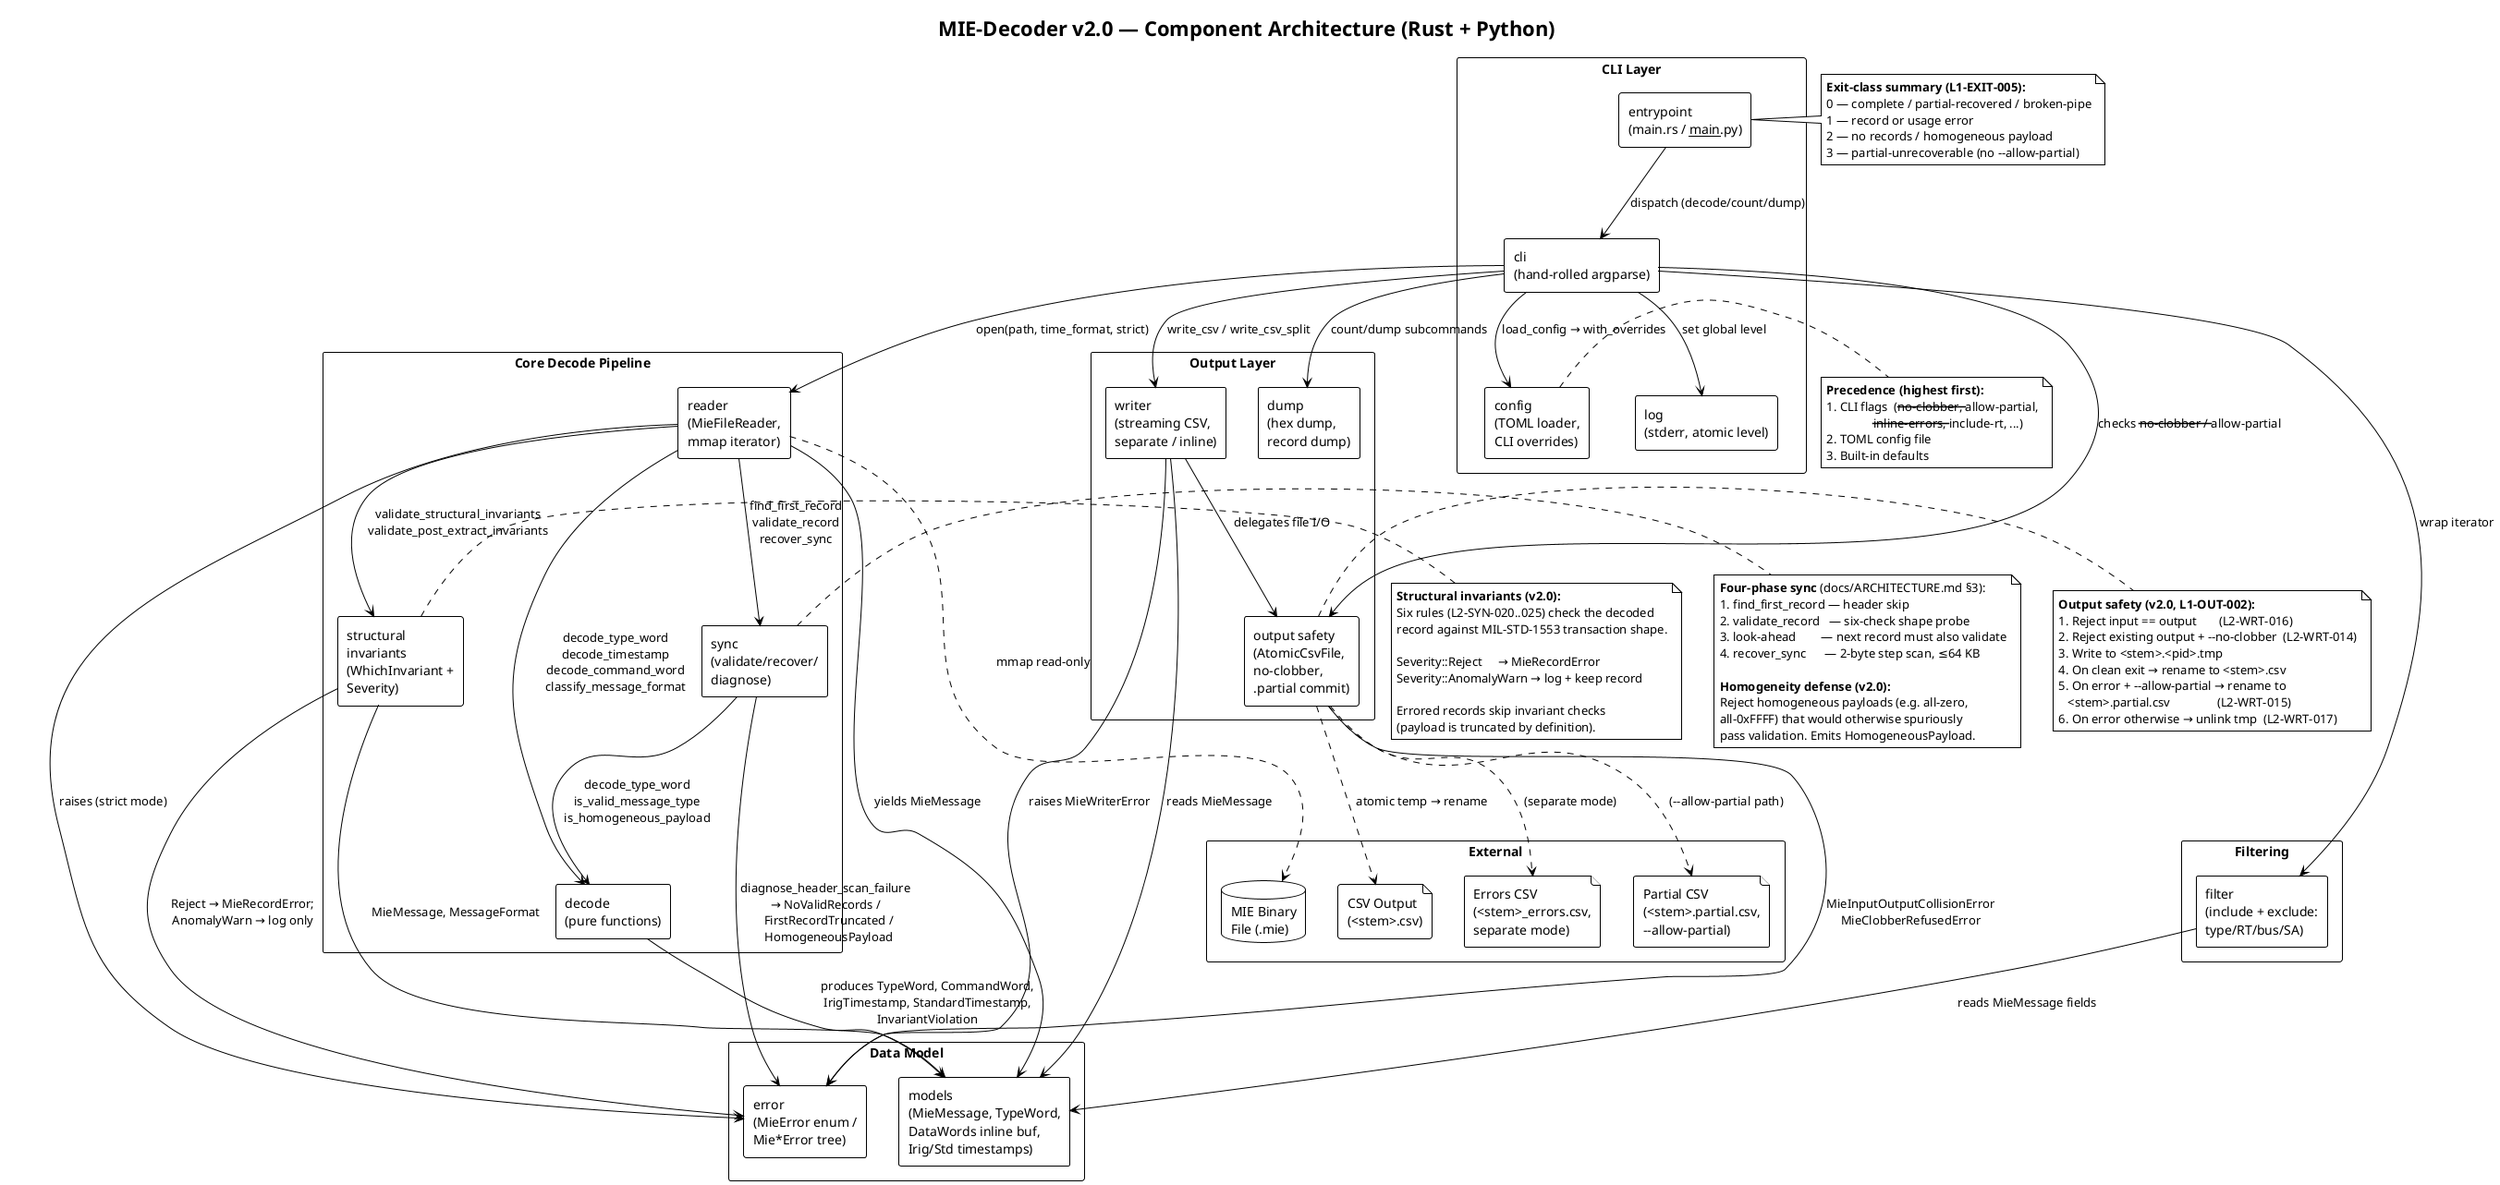
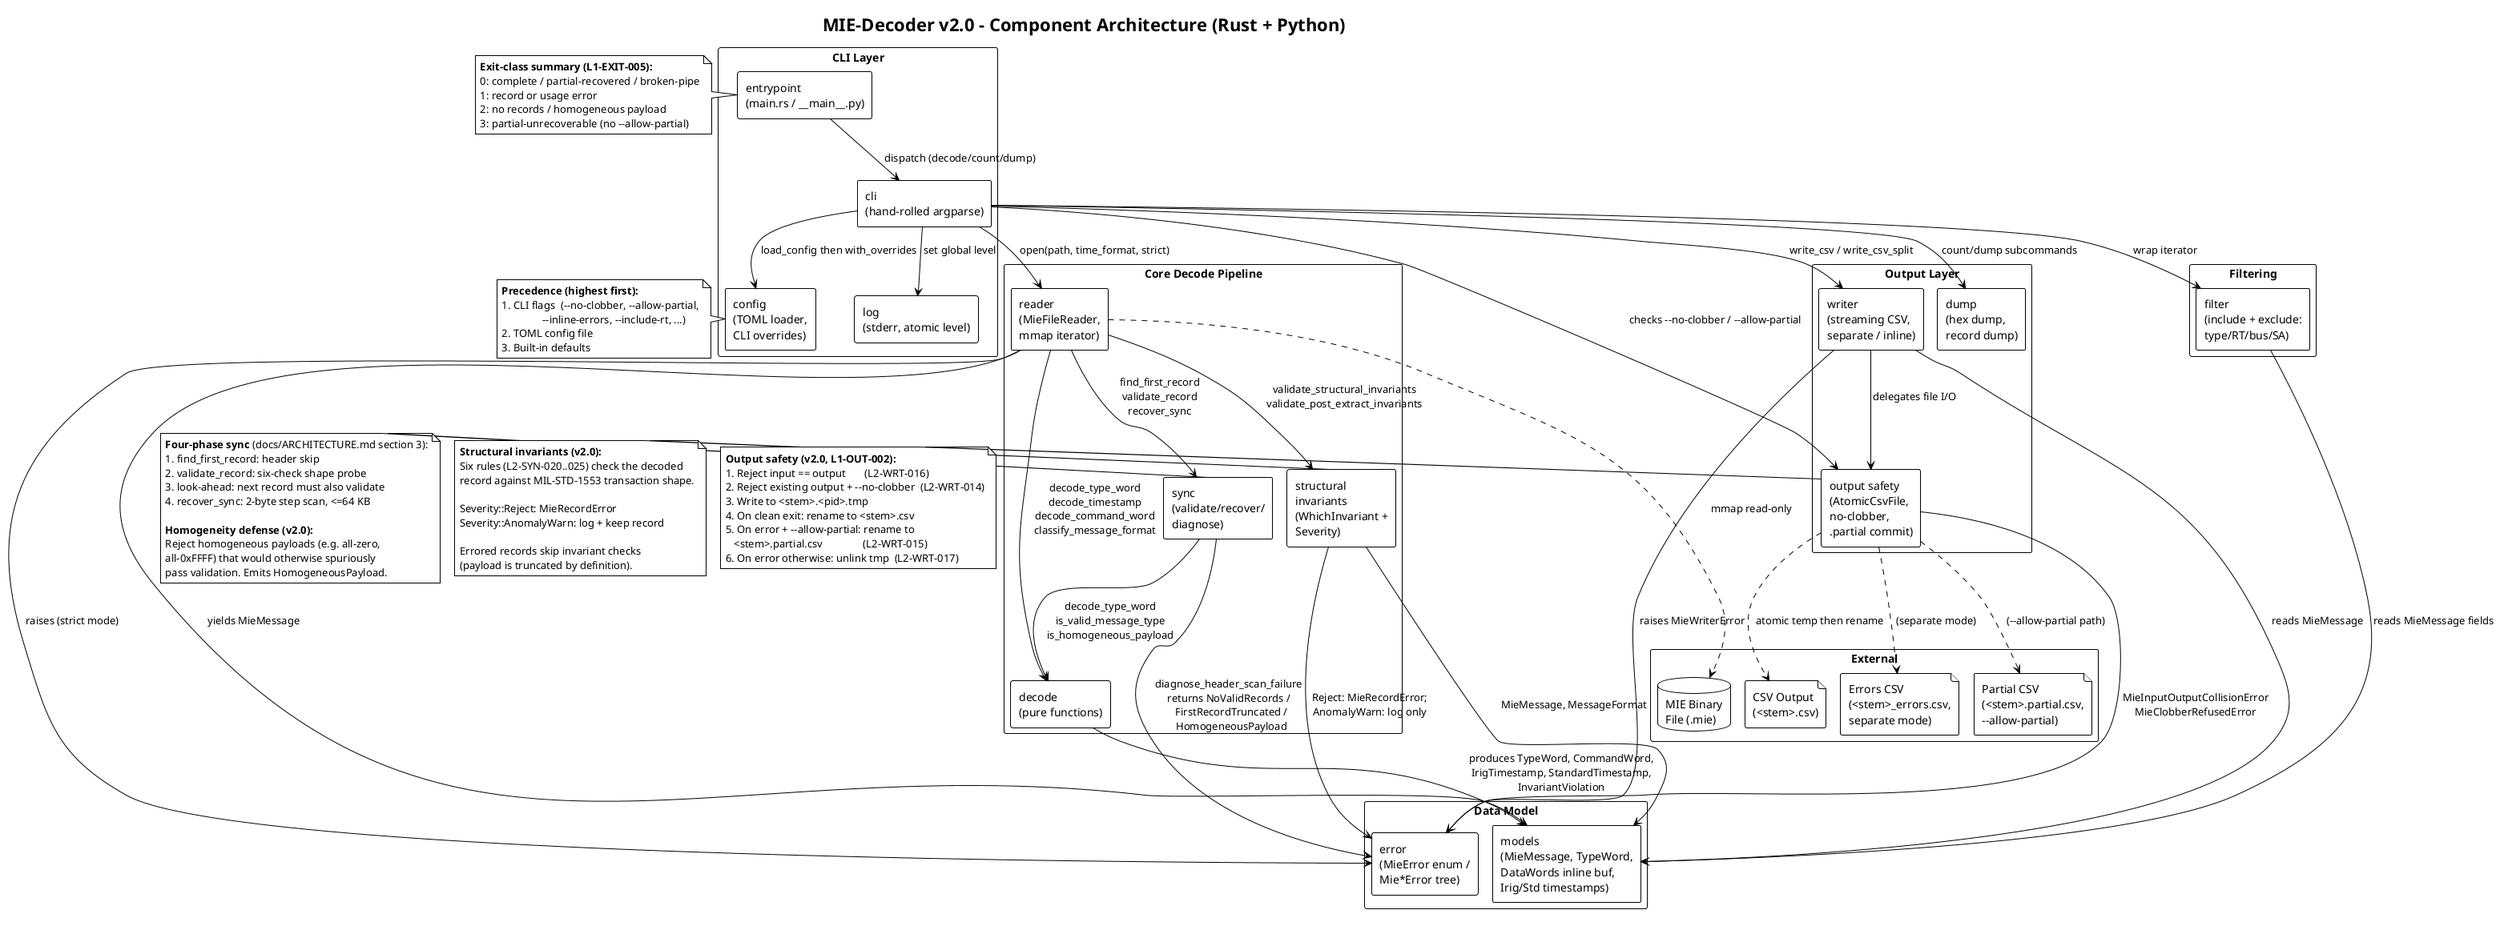
@startuml MIE-Decoder Component Diagram
!theme plain
+ !pragma layout smetana
+ scale max 4000*4000
skinparam componentStyle rectangle
skinparam packageStyle rectangle
- title MIE-Decoder v2.0 — Component Architecture (Rust + Python)
+ title MIE-Decoder v2.0 - Component Architecture (Rust + Python)

' ============================================================================
'  Two implementations, one architecture
' ============================================================================
' Every component named below exists in BOTH the Rust crate (src/*.rs) and
' the Python package (python/src/mie_decoder/*.py). The conformance suite
' under tests/conformance/ holds them to byte-exact equivalence on CSV
- ' output. See docs/ARCHITECTURE.md §1 for the full module correspondence.
+ ' output. See docs/ARCHITECTURE.md section 1 for the full module correspondence.
' ============================================================================

package "CLI Layer" {
-     [entrypoint\n(main.rs / __main__.py)] as main
+     [entrypoint\n(main.rs / ~__main__.py)] as main
    [cli\n(hand-rolled argparse)] as cli
    [log\n(stderr, atomic level)] as logmod
    [config\n(TOML loader,\nCLI overrides)] as config
}

package "Core Decode Pipeline" {
    [reader\n(MieFileReader,\nmmap iterator)] as reader
    [decode\n(pure functions)] as decode
    [sync\n(validate/recover/\ndiagnose)] as sync
    [structural\ninvariants\n(WhichInvariant +\nSeverity)] as invariants
}

package "Filtering" {
    [filter\n(include + exclude:\ntype/RT/bus/SA)] as filters
}

package "Data Model" {
    [models\n(MieMessage, TypeWord,\nDataWords inline buf,\nIrig/Std timestamps)] as models
    [error\n(MieError enum /\nMie*Error tree)] as errors
}

package "Output Layer" {
    [writer\n(streaming CSV,\nseparate / inline)] as writer
    [output safety\n(AtomicCsvFile,\nno-clobber,\n.partial commit)] as outsafe
    [dump\n(hex dump,\nrecord dump)] as dump
}

package "External" {
    database "MIE Binary\nFile (.mie)"          as mie_file
    file     "CSV Output\n(<stem>.csv)"         as csv_file
    file     "Errors CSV\n(<stem>_errors.csv,\nseparate mode)" as err_file
-     file     "Partial CSV\n(<stem>.partial.csv,\n--allow-partial)" as partial_file
+     file     "Partial CSV\n(<stem>.partial.csv,\n~--allow-partial)" as partial_file
}

' ============================================================================
'  CLI wiring
' ============================================================================
main      --> cli            : dispatch (decode/count/dump)
cli       --> logmod         : set global level
- cli       --> config         : load_config → with_overrides
+ cli       --> config         : load_config then with_overrides
cli       --> reader         : open(path, time_format, strict)
cli       --> filters        : wrap iterator
cli       --> writer         : write_csv / write_csv_split
cli       --> dump           : count/dump subcommands
- cli       --> outsafe        : checks --no-clobber / --allow-partial
+ cli       --> outsafe        : checks ~--no-clobber / ~--allow-partial

' ============================================================================
'  Decode pipeline wiring
' ============================================================================
reader    --> sync           : find_first_record\nvalidate_record\nrecover_sync
reader    --> decode         : decode_type_word\ndecode_timestamp\ndecode_command_word\nclassify_message_format
reader    --> invariants     : validate_structural_invariants\nvalidate_post_extract_invariants
reader    --> models         : yields MieMessage
reader    --> errors         : raises (strict mode)

sync      --> decode         : decode_type_word\nis_valid_message_type\nis_homogeneous_payload
- sync      --> errors         : diagnose_header_scan_failure\n→ NoValidRecords /\n  FirstRecordTruncated /\n  HomogeneousPayload
+ sync      --> errors         : diagnose_header_scan_failure\nreturns NoValidRecords /\n  FirstRecordTruncated /\n  HomogeneousPayload

decode    --> models         : produces TypeWord, CommandWord,\nIrigTimestamp, StandardTimestamp,\nInvariantViolation

invariants --> models        : MieMessage, MessageFormat
- invariants --> errors        : Reject → MieRecordError;\nAnomalyWarn → log only
+ invariants --> errors        : Reject: MieRecordError;\nAnomalyWarn: log only

filters   --> models         : reads MieMessage fields

' ============================================================================
'  Writer / output safety wiring
' ============================================================================
writer    --> models         : reads MieMessage
writer    --> outsafe        : delegates file I/O
writer    --> errors         : raises MieWriterError
outsafe   --> errors         : MieInputOutputCollisionError\nMieClobberRefusedError

' ============================================================================
'  External file edges
' ============================================================================
reader    ..> mie_file       : mmap read-only
- outsafe   ..> csv_file       : atomic temp → rename
+ outsafe   ..> csv_file       : atomic temp then rename
outsafe   ..> err_file       : (separate mode)
- outsafe   ..> partial_file   : (--allow-partial path)
+ outsafe   ..> partial_file   : (~--allow-partial path)

' ============================================================================
'  Notes
' ============================================================================
note right of sync
-   <b>Four-phase sync</b> (docs/ARCHITECTURE.md §3):
-   1. find_first_record — header skip
-   2. validate_record   — six-check shape probe
-   3. look-ahead        — next record must also validate
-   4. recover_sync      — 2-byte step scan, ≤64 KB
+   <b>Four-phase sync</b> (docs/ARCHITECTURE.md section 3):
+   1. find_first_record: header skip
+   2. validate_record: six-check shape probe
+   3. look-ahead: next record must also validate
+   4. recover_sync: 2-byte step scan, <=64 KB

  <b>Homogeneity defense (v2.0):</b>
  Reject homogeneous payloads (e.g. all-zero,
  all-0xFFFF) that would otherwise spuriously
  pass validation. Emits HomogeneousPayload.
end note

note right of invariants
  <b>Structural invariants (v2.0):</b>
  Six rules (L2-SYN-020..025) check the decoded
  record against MIL-STD-1553 transaction shape.

-   Severity::Reject     → MieRecordError
-   Severity::AnomalyWarn → log + keep record
+   Severity::Reject: MieRecordError
+   Severity::AnomalyWarn: log + keep record

  Errored records skip invariant checks
  (payload is truncated by definition).
end note

note right of outsafe
  <b>Output safety (v2.0, L1-OUT-002):</b>
  1. Reject input == output       (L2-WRT-016)
-   2. Reject existing output + --no-clobber  (L2-WRT-014)
+   2. Reject existing output + ~--no-clobber  (L2-WRT-014)
  3. Write to <stem>.<pid>.tmp
-   4. On clean exit → rename to <stem>.csv
-   5. On error + --allow-partial → rename to
+   4. On clean exit: rename to <stem>.csv
+   5. On error + ~--allow-partial: rename to
     <stem>.partial.csv               (L2-WRT-015)
-   6. On error otherwise → unlink tmp  (L2-WRT-017)
+   6. On error otherwise: unlink tmp  (L2-WRT-017)
end note

note right of config
  <b>Precedence (highest first):</b>
-   1. CLI flags  (--no-clobber, --allow-partial,
-                  --inline-errors, --include-rt, ...)
+   1. CLI flags  (~--no-clobber, ~--allow-partial,
+                  ~--inline-errors, ~--include-rt, ...)
  2. TOML config file
  3. Built-in defaults
end note

note left of main
  <b>Exit-class summary (L1-EXIT-005):</b>
-   0 — complete / partial-recovered / broken-pipe
-   1 — record or usage error
-   2 — no records / homogeneous payload
-   3 — partial-unrecoverable (no --allow-partial)
+   0: complete / partial-recovered / broken-pipe
+   1: record or usage error
+   2: no records / homogeneous payload
+   3: partial-unrecoverable (no ~--allow-partial)
end note

@enduml
